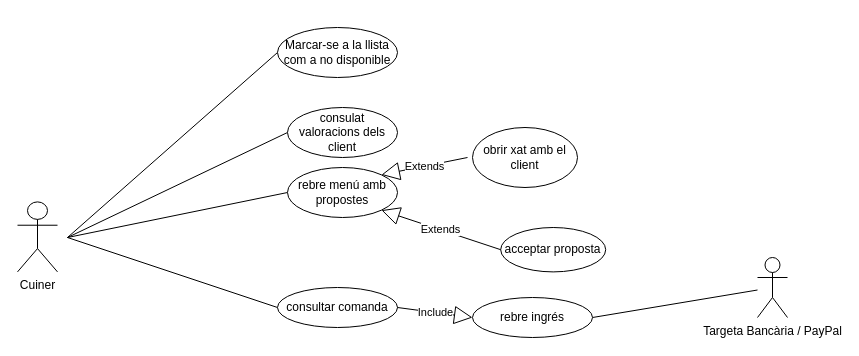
Above: Diagrames/Diagrames cas de ús/Diagrames per perfil/UML cuiner.drawio.xml in MarcelPainos/ES26UAB-431-12 (draw.io), before the change. Source tidied: cells renumbered, new cells numbered last; positions are measured from the earlier drawing's top-left corner, leaving out a move shared by most shapes. Both pictures are drawn from the tidied source at 100%, with x=0, y=0 at pixel (17, 27).
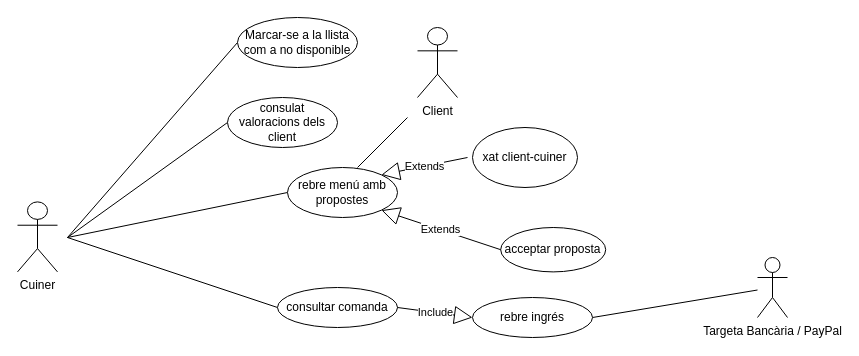
Above is the later version.

The edit, as a diff of the source:
```diff
@@
     <mxCell id="4" value="Marcar-se a la llista com a no disponible" style="ellipse;whiteSpace=wrap;html=1;" parent="1" vertex="1">
-      <mxGeometry x="260" width="120" height="50" as="geometry" />
+      <mxGeometry x="220" y="-10" width="120" height="50" as="geometry" />
     </mxCell>
@@
     <mxCell id="6" value="consulat valoracions dels client" style="ellipse;whiteSpace=wrap;html=1;" parent="1" vertex="1">
-      <mxGeometry x="270" y="80" width="110" height="50" as="geometry" />
+      <mxGeometry x="210" y="70" width="110" height="50" as="geometry" />
     </mxCell>
@@
-    <mxCell id="9" value="obrir xat amb el client" style="ellipse;whiteSpace=wrap;html=1;" parent="1" vertex="1">
+    <mxCell id="9" value="xat client-cuiner" style="ellipse;whiteSpace=wrap;html=1;" parent="1" vertex="1">
       <mxGeometry x="455" y="100" width="105" height="60" as="geometry" />
     </mxCell>
@@
+    <mxCell id="19" style="endArrow=none;html=1;rounded=0;" parent="1" edge="1">
+      <mxGeometry relative="1" as="geometry">
+        <mxPoint x="340" y="140" as="sourcePoint" />
+        <mxPoint x="390" y="90" as="targetPoint" />
+      </mxGeometry>
+    </mxCell>
+    <mxCell id="20" value="Client" style="shape=umlActor;verticalLabelPosition=bottom;verticalAlign=top;html=1;" parent="1" vertex="1">
+      <mxGeometry x="400" width="40" height="70" as="geometry" />
+    </mxCell>
```
